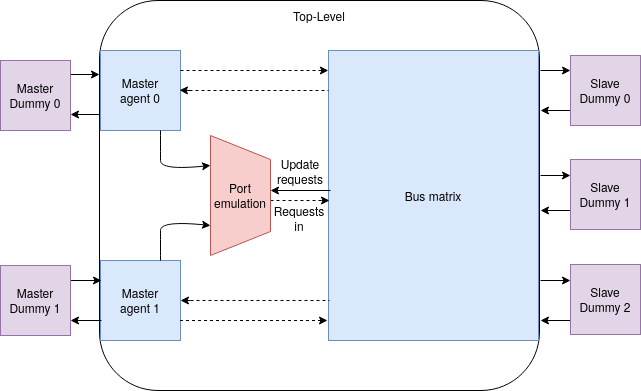
Ovsthus/hovsthus_thesis keeps this draw.io diagram as presentation/pics/tb_esl.png. Above is the earlier version. Source tidied: cells renumbered, new cells last; positions are measured from the earlier drawing's top-left corner, leaving out a move shared by most shapes. Source of this version:
```xml
<mxGraphModel>
  <root>
    <mxCell id="0" />
    <mxCell id="1" parent="0" />
    <mxCell id="2" value="&lt;div&gt;Top-Level&lt;/div&gt;&lt;div&gt;&lt;br&gt;&lt;/div&gt;&lt;div&gt;&lt;br&gt;&lt;/div&gt;&lt;div&gt;&lt;br&gt;&lt;/div&gt;&lt;div&gt;&lt;br&gt;&lt;/div&gt;&lt;div&gt;&lt;br&gt;&lt;/div&gt;&lt;div&gt;&lt;br&gt;&lt;/div&gt;&lt;div&gt;&lt;br&gt;&lt;/div&gt;&lt;div&gt;&lt;br&gt;&lt;/div&gt;&lt;div&gt;&lt;br&gt;&lt;/div&gt;&lt;div&gt;&lt;br&gt;&lt;/div&gt;&lt;div&gt;&lt;br&gt;&lt;/div&gt;&lt;div&gt;&lt;br&gt;&lt;/div&gt;&lt;div&gt;&lt;br&gt;&lt;/div&gt;&lt;div&gt;&lt;br&gt;&lt;/div&gt;&lt;div&gt;&lt;br&gt;&lt;/div&gt;&lt;div&gt;&lt;br&gt;&lt;/div&gt;&lt;div&gt;&lt;br&gt;&lt;/div&gt;&lt;div&gt;&lt;br&gt;&lt;/div&gt;&lt;div&gt;&lt;br&gt;&lt;/div&gt;&lt;div&gt;&lt;br&gt;&lt;/div&gt;&lt;div&gt;&lt;br&gt;&lt;/div&gt;&lt;div&gt;&lt;br&gt;&lt;/div&gt;&lt;div&gt;&lt;br&gt;&lt;/div&gt;&lt;div&gt;&lt;br&gt;&lt;/div&gt;&lt;div&gt;&lt;br&gt;&lt;/div&gt;" style="rounded=1;whiteSpace=wrap;html=1;" parent="1" vertex="1">
      <mxGeometry x="99" width="440" height="390" as="geometry" />
    </mxCell>
    <mxCell id="3" value="&lt;div&gt;Master &lt;br&gt;&lt;/div&gt;&lt;div&gt;agent 0&lt;/div&gt;" style="rounded=0;whiteSpace=wrap;html=1;fillColor=#dae8fc;strokeColor=#6c8ebf;" parent="1" vertex="1">
      <mxGeometry x="100" y="50" width="80" height="80" as="geometry" />
    </mxCell>
    <mxCell id="4" value="&lt;div&gt;Master&lt;/div&gt;&lt;div&gt;agent 1&lt;br&gt;&lt;/div&gt;" style="rounded=0;whiteSpace=wrap;html=1;fillColor=#dae8fc;strokeColor=#6c8ebf;" parent="1" vertex="1">
      <mxGeometry x="100" y="260" width="80" height="80" as="geometry" />
    </mxCell>
    <mxCell id="5" style="endArrow=classic;html=1;exitX=1;exitY=0.25;exitDx=0;exitDy=0;" parent="1" edge="1">
      <mxGeometry relative="1" as="geometry">
        <mxPoint x="540" y="70" as="sourcePoint" />
        <mxPoint x="570" y="70" as="targetPoint" />
      </mxGeometry>
    </mxCell>
    <mxCell id="6" style="endArrow=classic;html=1;exitX=1;exitY=0.25;exitDx=0;exitDy=0;" parent="1" edge="1">
      <mxGeometry relative="1" as="geometry">
        <mxPoint x="540" y="175" as="sourcePoint" />
        <mxPoint x="570" y="175" as="targetPoint" />
      </mxGeometry>
    </mxCell>
    <mxCell id="7" style="endArrow=classic;html=1;exitX=1;exitY=0.25;exitDx=0;exitDy=0;" parent="1" edge="1">
      <mxGeometry relative="1" as="geometry">
        <mxPoint x="540" y="280" as="sourcePoint" />
        <mxPoint x="570" y="280" as="targetPoint" />
      </mxGeometry>
    </mxCell>
    <mxCell id="8" style="endArrow=classic;html=1;entryX=1;entryY=0.75;entryDx=0;entryDy=0;" parent="1" edge="1">
      <mxGeometry relative="1" as="geometry">
        <mxPoint x="570" y="110" as="sourcePoint" />
        <mxPoint x="540" y="110" as="targetPoint" />
      </mxGeometry>
    </mxCell>
    <mxCell id="9" style="endArrow=classic;html=1;entryX=1;entryY=0.75;entryDx=0;entryDy=0;" parent="1" edge="1">
      <mxGeometry relative="1" as="geometry">
        <mxPoint x="570" y="210" as="sourcePoint" />
        <mxPoint x="540" y="210" as="targetPoint" />
      </mxGeometry>
    </mxCell>
    <mxCell id="10" style="endArrow=classic;html=1;entryX=1;entryY=0.75;entryDx=0;entryDy=0;" parent="1" edge="1">
      <mxGeometry relative="1" as="geometry">
        <mxPoint x="570" y="320" as="sourcePoint" />
        <mxPoint x="540" y="320" as="targetPoint" />
      </mxGeometry>
    </mxCell>
    <mxCell id="11" value="&lt;div&gt;Bus matrix&lt;br&gt;&lt;/div&gt;" style="rounded=0;whiteSpace=wrap;html=1;direction=south;fillColor=#dae8fc;strokeColor=#6c8ebf;" parent="1" vertex="1">
      <mxGeometry x="328" y="50" width="210" height="290" as="geometry" />
    </mxCell>
    <mxCell id="12" style="endArrow=classic;html=1;entryX=0.069;entryY=1.01;entryDx=0;entryDy=0;entryPerimeter=0;" parent="1" edge="1">
      <mxGeometry relative="1" as="geometry">
        <mxPoint x="320" y="70" as="sourcePoint" />
        <mxPoint x="327.9" y="70" as="targetPoint" />
      </mxGeometry>
    </mxCell>
    <mxCell id="13" style="endArrow=classic;html=1;" parent="1" edge="1">
      <mxGeometry relative="1" as="geometry">
        <mxPoint x="320" y="320" as="sourcePoint" />
        <mxPoint x="327" y="320" as="targetPoint" />
      </mxGeometry>
    </mxCell>
    <mxCell id="14" style="endArrow=classic;html=1;entryX=1;entryY=0.5;entryDx=0;entryDy=0;" parent="1" edge="1" target="4">
      <mxGeometry relative="1" as="geometry">
        <mxPoint x="190" y="300" as="sourcePoint" />
      </mxGeometry>
    </mxCell>
    <mxCell id="15" style="endArrow=classic;html=1;entryX=1;entryY=0.5;entryDx=0;entryDy=0;" parent="1" edge="1">
      <mxGeometry relative="1" as="geometry">
        <mxPoint x="190" y="90" as="sourcePoint" />
        <mxPoint x="179" y="89.7" as="targetPoint" />
      </mxGeometry>
    </mxCell>
    <mxCell id="16" value="Update requests" style="text;html=1;strokeColor=none;fillColor=none;align=center;verticalAlign=middle;whiteSpace=wrap;rounded=0;" parent="1" vertex="1">
      <mxGeometry x="280" y="161" width="40" height="20" as="geometry" />
    </mxCell>
    <mxCell id="17" style="endArrow=classic;html=1;" parent="1" edge="1">
      <mxGeometry relative="1" as="geometry">
        <mxPoint x="70" y="74" as="sourcePoint" />
        <mxPoint x="99" y="74" as="targetPoint" />
      </mxGeometry>
    </mxCell>
    <mxCell id="18" style="endArrow=classic;html=1;exitX=0;exitY=0.75;exitDx=0;exitDy=0;" parent="1" edge="1">
      <mxGeometry relative="1" as="geometry">
        <mxPoint x="99" y="114" as="sourcePoint" />
        <mxPoint x="70" y="114" as="targetPoint" />
      </mxGeometry>
    </mxCell>
    <mxCell id="19" style="endArrow=classic;html=1;" parent="1" edge="1">
      <mxGeometry relative="1" as="geometry">
        <mxPoint x="70" y="280" as="sourcePoint" />
        <mxPoint x="101" y="280" as="targetPoint" />
      </mxGeometry>
    </mxCell>
    <mxCell id="20" style="endArrow=classic;html=1;exitX=0;exitY=0.75;exitDx=0;exitDy=0;" parent="1" edge="1">
      <mxGeometry relative="1" as="geometry">
        <mxPoint x="101" y="320" as="sourcePoint" />
        <mxPoint x="70" y="320" as="targetPoint" />
      </mxGeometry>
    </mxCell>
    <mxCell id="21" style="endArrow=none;dashed=1;html=1;" parent="1" edge="1">
      <mxGeometry relative="1" as="geometry">
        <mxPoint x="180" y="70" as="sourcePoint" />
        <mxPoint x="325" y="70" as="targetPoint" />
      </mxGeometry>
    </mxCell>
    <mxCell id="22" style="endArrow=none;dashed=1;html=1;" parent="1" edge="1">
      <mxGeometry relative="1" as="geometry">
        <mxPoint x="183" y="90" as="sourcePoint" />
        <mxPoint x="328" y="90" as="targetPoint" />
      </mxGeometry>
    </mxCell>
    <mxCell id="23" style="endArrow=none;dashed=1;html=1;" parent="1" edge="1">
      <mxGeometry relative="1" as="geometry">
        <mxPoint x="184" y="300" as="sourcePoint" />
        <mxPoint x="329" y="300" as="targetPoint" />
      </mxGeometry>
    </mxCell>
    <mxCell id="24" style="endArrow=none;dashed=1;html=1;" parent="1" edge="1">
      <mxGeometry relative="1" as="geometry">
        <mxPoint x="179.5" y="320" as="sourcePoint" />
        <mxPoint x="324.5" y="320" as="targetPoint" />
      </mxGeometry>
    </mxCell>
    <mxCell id="25" style="endArrow=classic;html=1;entryX=0.5;entryY=0;entryDx=0;entryDy=0;" parent="1" edge="1">
      <mxGeometry relative="1" as="geometry">
        <mxPoint x="330" y="190" as="sourcePoint" />
        <mxPoint x="270" y="190" as="targetPoint" />
      </mxGeometry>
    </mxCell>
    <mxCell id="26" style="endArrow=none;dashed=1;html=1;" parent="1" edge="1">
      <mxGeometry relative="1" as="geometry">
        <mxPoint x="270" y="200" as="sourcePoint" />
        <mxPoint x="328" y="200" as="targetPoint" />
      </mxGeometry>
    </mxCell>
    <mxCell id="27" style="endArrow=classic;html=1;" parent="1" edge="1">
      <mxGeometry relative="1" as="geometry">
        <mxPoint x="321" y="200" as="sourcePoint" />
        <mxPoint x="329" y="200" as="targetPoint" />
      </mxGeometry>
    </mxCell>
    <mxCell id="28" value="Requests in" style="text;html=1;strokeColor=none;fillColor=none;align=center;verticalAlign=middle;whiteSpace=wrap;rounded=0;" parent="1" vertex="1">
      <mxGeometry x="279" y="208" width="40" height="20" as="geometry" />
    </mxCell>
    <mxCell id="29" value="Port emulation" style="shape=trapezoid;perimeter=trapezoidPerimeter;whiteSpace=wrap;html=1;direction=south;fillColor=#f8cecc;strokeColor=#b85450;" parent="1" vertex="1">
      <mxGeometry x="210" y="135" width="60" height="120" as="geometry" />
    </mxCell>
    <mxCell id="30" style="curved=1;endArrow=classic;html=1;exitX=0.75;exitY=0;exitDx=0;exitDy=0;entryX=0.75;entryY=1;entryDx=0;entryDy=0;" parent="1" edge="1" source="4" target="29">
      <mxGeometry relative="1" as="geometry">
        <Array as="points">
          <mxPoint x="160" y="240" />
          <mxPoint x="160" y="220" />
        </Array>
      </mxGeometry>
    </mxCell>
    <mxCell id="31" style="curved=1;endArrow=classic;html=1;exitX=0.75;exitY=1;exitDx=0;exitDy=0;entryX=0.25;entryY=1;entryDx=0;entryDy=0;" parent="1" edge="1" source="3" target="29">
      <mxGeometry relative="1" as="geometry">
        <Array as="points">
          <mxPoint x="160" y="150" />
          <mxPoint x="160" y="170" />
        </Array>
      </mxGeometry>
    </mxCell>
    <mxCell id="32" value="&lt;div&gt;Slave &lt;br&gt;&lt;/div&gt;&lt;div&gt;Dummy 0&lt;br&gt;&lt;/div&gt;" style="rounded=0;whiteSpace=wrap;html=1;fillColor=#e1d5e7;strokeColor=#9673a6;" parent="1" vertex="1">
      <mxGeometry x="570" y="55" width="70" height="70" as="geometry" />
    </mxCell>
    <mxCell id="33" value="&lt;div&gt;Slave &lt;br&gt;&lt;/div&gt;&lt;div&gt;Dummy 1&lt;br&gt;&lt;/div&gt;" style="rounded=0;whiteSpace=wrap;html=1;fillColor=#e1d5e7;strokeColor=#9673a6;" parent="1" vertex="1">
      <mxGeometry x="570" y="159" width="70" height="70" as="geometry" />
    </mxCell>
    <mxCell id="34" value="&lt;div&gt;Slave &lt;br&gt;&lt;/div&gt;&lt;div&gt;Dummy 2&lt;br&gt;&lt;/div&gt;" style="rounded=0;whiteSpace=wrap;html=1;fillColor=#e1d5e7;strokeColor=#9673a6;" parent="1" vertex="1">
      <mxGeometry x="570" y="264" width="70" height="70" as="geometry" />
    </mxCell>
    <mxCell id="35" value="&lt;div&gt;Master &lt;br&gt;&lt;/div&gt;&lt;div&gt;Dummy 0&lt;br&gt;&lt;/div&gt;" style="rounded=0;whiteSpace=wrap;html=1;fillColor=#e1d5e7;strokeColor=#9673a6;" parent="1" vertex="1">
      <mxGeometry y="60" width="70" height="70" as="geometry" />
    </mxCell>
    <mxCell id="36" value="&lt;div&gt;Master &lt;br&gt;&lt;/div&gt;&lt;div&gt;Dummy 1&lt;br&gt;&lt;/div&gt;" style="rounded=0;whiteSpace=wrap;html=1;fillColor=#e1d5e7;strokeColor=#9673a6;" parent="1" vertex="1">
      <mxGeometry y="265" width="70" height="70" as="geometry" />
    </mxCell>
  </root>
</mxGraphModel>
```
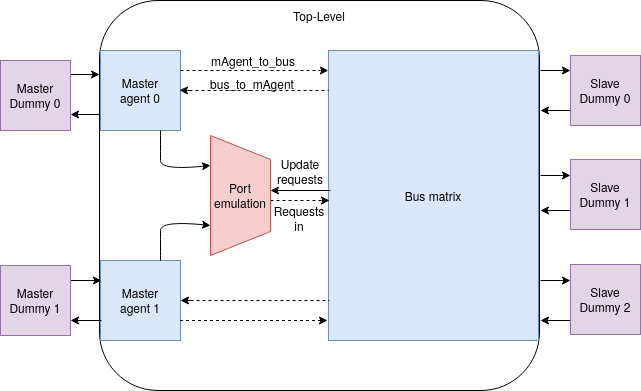
Later version of the same file.

Diff of the diagram source:
```diff
@@ -179,5 +179,11 @@
     <mxCell id="36" value="&lt;div&gt;Master &lt;br&gt;&lt;/div&gt;&lt;div&gt;Dummy 1&lt;br&gt;&lt;/div&gt;" style="rounded=0;whiteSpace=wrap;html=1;fillColor=#e1d5e7;strokeColor=#9673a6;" parent="1" vertex="1">
       <mxGeometry y="265" width="70" height="70" as="geometry" />
     </mxCell>
+    <mxCell id="37" value="mAgent_to_bus" style="text;html=1;strokeColor=none;fillColor=none;align=center;verticalAlign=middle;whiteSpace=wrap;rounded=0;" parent="1" vertex="1">
+      <mxGeometry x="233" y="50" width="40" height="20" as="geometry" />
+    </mxCell>
+    <mxCell id="38" value="bus_to_mAgent" style="text;html=1;strokeColor=none;fillColor=none;align=center;verticalAlign=middle;whiteSpace=wrap;rounded=0;" parent="1" vertex="1">
+      <mxGeometry x="232" y="73" width="40" height="20" as="geometry" />
+    </mxCell>
   </root>
 </mxGraphModel>
```
